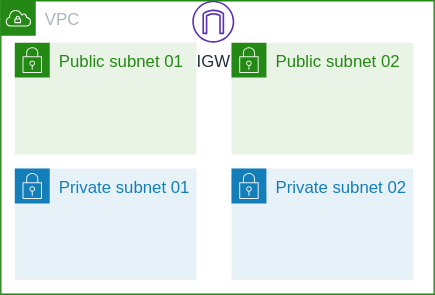
Earlier version of the draw.io export images/01-vpc-natgw.dio.svg (fu3ak1/aws-vpc-template). Source tidied: cells renumbered, new cells last; positions are measured from the earlier drawing's top-left corner, leaving out a move shared by most shapes. Source of this version:
```xml
<mxGraphModel>
  <root>
    <mxCell id="0" />
    <mxCell id="1" parent="0" />
    <mxCell id="2" value="VPC" style="gradientColor=none;html=1;whiteSpace=wrap;fontSize=12;fontStyle=0;shape=mxgraph.aws4.group;grIcon=mxgraph.aws4.group_vpc;strokeColor=#248814;fillColor=none;verticalAlign=top;align=left;spacingLeft=30;fontColor=#AAB7B8;dashed=0;" parent="1" vertex="1">
      <mxGeometry width="310" height="210" as="geometry" />
    </mxCell>
    <mxCell id="3" value="Public subnet 01" style="gradientColor=none;html=1;whiteSpace=wrap;fontSize=12;fontStyle=0;shape=mxgraph.aws4.group;grIcon=mxgraph.aws4.group_security_group;grStroke=0;strokeColor=#248814;fillColor=#E9F3E6;verticalAlign=top;align=left;spacingLeft=30;fontColor=#248814;dashed=0;" parent="1" vertex="1">
      <mxGeometry x="10" y="30" width="130" height="80" as="geometry" />
    </mxCell>
    <mxCell id="4" value="Public subnet 02" style="gradientColor=none;html=1;whiteSpace=wrap;fontSize=12;fontStyle=0;shape=mxgraph.aws4.group;grIcon=mxgraph.aws4.group_security_group;grStroke=0;strokeColor=#248814;fillColor=#E9F3E6;verticalAlign=top;align=left;spacingLeft=30;fontColor=#248814;dashed=0;" parent="1" vertex="1">
      <mxGeometry x="165" y="30" width="130" height="80" as="geometry" />
    </mxCell>
    <mxCell id="5" value="Private subnet 01" style="gradientColor=none;html=1;whiteSpace=wrap;fontSize=12;fontStyle=0;shape=mxgraph.aws4.group;grIcon=mxgraph.aws4.group_security_group;grStroke=0;strokeColor=#147EBA;fillColor=#E6F2F8;verticalAlign=top;align=left;spacingLeft=30;fontColor=#147EBA;dashed=0;" parent="1" vertex="1">
      <mxGeometry x="10" y="120" width="130" height="80" as="geometry" />
    </mxCell>
    <mxCell id="6" value="Private subnet 02" style="gradientColor=none;html=1;whiteSpace=wrap;fontSize=12;fontStyle=0;shape=mxgraph.aws4.group;grIcon=mxgraph.aws4.group_security_group;grStroke=0;strokeColor=#147EBA;fillColor=#E6F2F8;verticalAlign=top;align=left;spacingLeft=30;fontColor=#147EBA;dashed=0;" parent="1" vertex="1">
      <mxGeometry x="165" y="120" width="130" height="80" as="geometry" />
    </mxCell>
    <mxCell id="7" value="IGW" style="fontColor=#232F3E;gradientColor=none;fillColor=#5A30B5;strokeColor=none;dashed=0;verticalLabelPosition=bottom;verticalAlign=top;align=center;html=1;fontSize=12;fontStyle=0;shape=mxgraph.aws4.internet_gateway;" parent="1" vertex="1">
      <mxGeometry x="137" width="30" height="30" as="geometry" />
    </mxCell>
  </root>
</mxGraphModel>
```
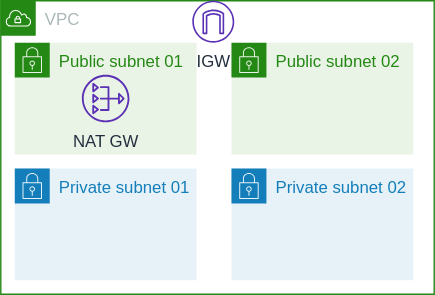
The same diagram one commit later.

What changed in the source:
```diff
@@ -20,5 +20,8 @@
     <mxCell id="7" value="IGW" style="fontColor=#232F3E;gradientColor=none;fillColor=#5A30B5;strokeColor=none;dashed=0;verticalLabelPosition=bottom;verticalAlign=top;align=center;html=1;fontSize=12;fontStyle=0;shape=mxgraph.aws4.internet_gateway;" parent="1" vertex="1">
       <mxGeometry x="137" width="30" height="30" as="geometry" />
     </mxCell>
+    <mxCell id="8" value="NAT GW" style="fontColor=#232F3E;gradientColor=none;fillColor=#5A30B5;strokeColor=none;dashed=0;verticalLabelPosition=bottom;verticalAlign=top;align=center;html=1;fontSize=12;fontStyle=0;shape=mxgraph.aws4.nat_gateway;" parent="1" vertex="1">
+      <mxGeometry x="58" y="53" width="34" height="34" as="geometry" />
+    </mxCell>
   </root>
 </mxGraphModel>
```
